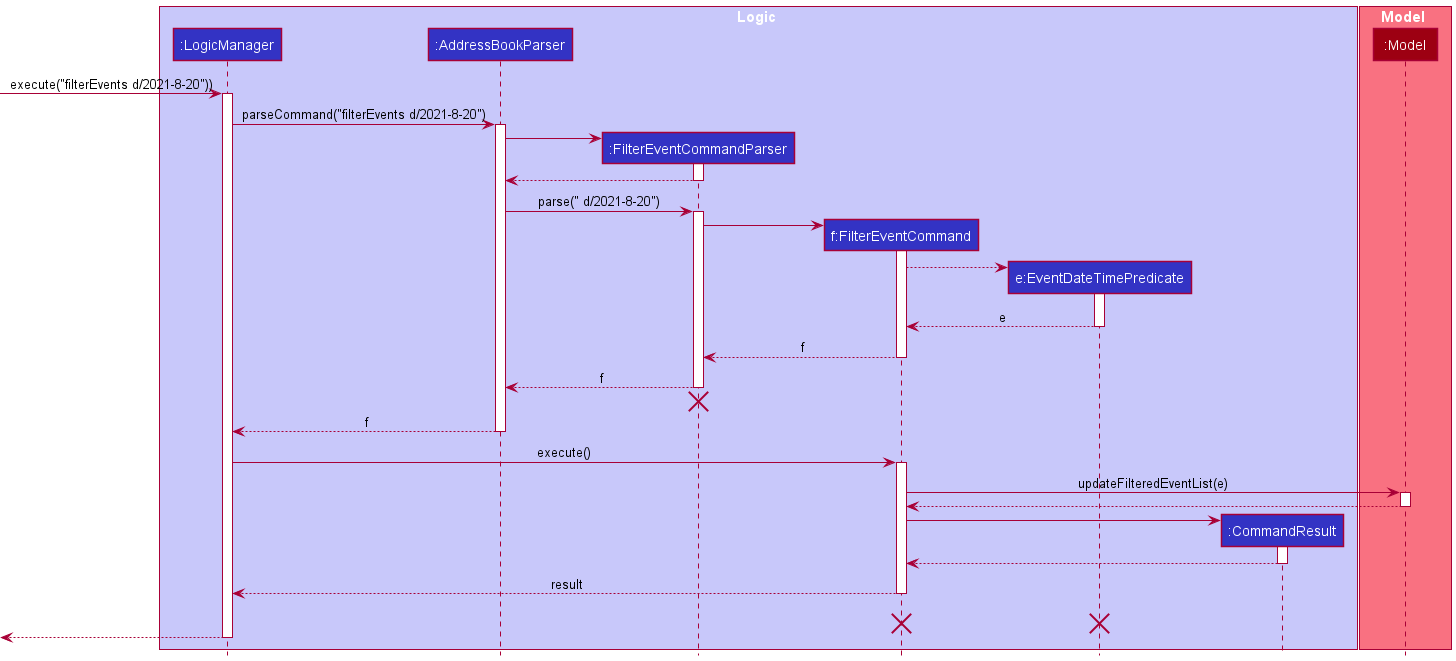
Above: docs/images/FilterEventSequenceDiagram.png in nus-cs2103-AY2122S1/tp (PlantUML), before the change.
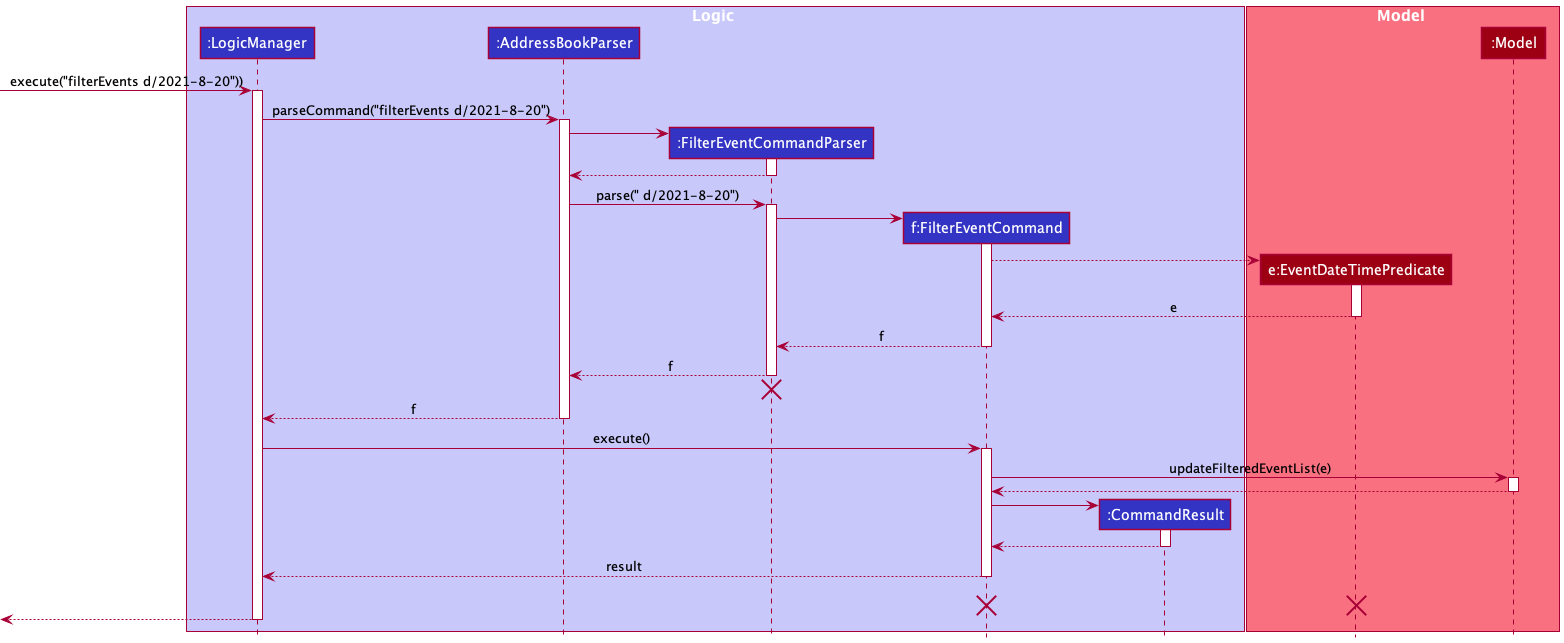
The same diagram one commit later.

Commit message:
Update sequence diagrams

Diff of the diagram source:
```diff
@@ -6,11 +6,11 @@
 participant ":AddressBookParser" as AddressBookParser LOGIC_COLOR
 participant ":FilterEventCommandParser" as FilterEventCommandParser LOGIC_COLOR
 participant "f:FilterEventCommand" as FilterEventCommand LOGIC_COLOR
-participant "e:EventDateTimePredicate" as EventDateTimePredicate LOGIC_COLOR
 participant ":CommandResult" as CommandResult LOGIC_COLOR
 end box
 
 box Model MODEL_COLOR_T1
+participant "e:EventDateTimePredicate" as EventDateTimePredicate MODEL_COLOR
 participant ":Model" as Model MODEL_COLOR
 end box
 
```
